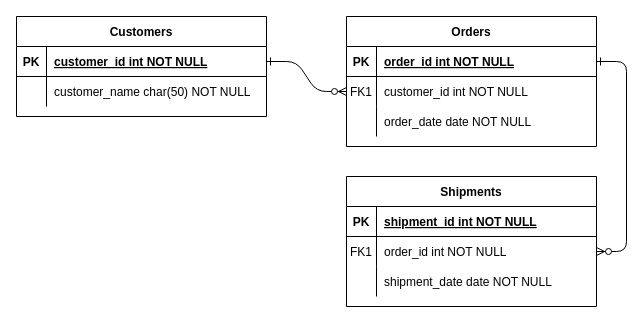
This is Diagrama sin título.drawio from Anttonoff/crias-evaluation, a draw.io file, before an edit. Source tidied: cells renumbered, new cells numbered last; positions are measured from the earlier drawing's top-left corner, leaving out a move shared by most shapes. Both pictures are drawn from the tidied source at 100%, with x=0, y=0 at pixel (16, 16).
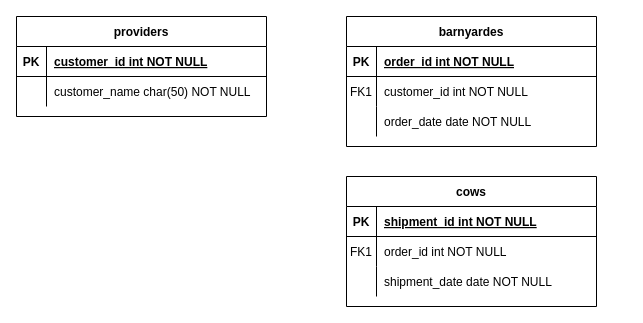
Above is the later version.

The change refers to these unchanged cells:
```xml
<mxCell id="5" style="shape=partialRectangle;fillColor=none;points=[[0,0.5],[1,0.5]];portConstraint=eastwest;top=0;left=0;right=0;bottom=1;" parent="4" vertex="1">
  <mxGeometry y="30" width="250" height="30" as="geometry" />
</mxCell>
<mxCell id="8" style="shape=partialRectangle;fillColor=none;points=[[0,0.5],[1,0.5]];portConstraint=eastwest;top=0;left=0;right=0;bottom=0;" parent="4" vertex="1">
  <mxGeometry y="60" width="250" height="30" as="geometry" />
</mxCell>
<mxCell id="18" style="shape=partialRectangle;fillColor=none;points=[[0,0.5],[1,0.5]];portConstraint=eastwest;top=0;left=0;right=0;bottom=0;" parent="14" vertex="1">
  <mxGeometry y="60" width="250" height="30" as="geometry" />
</mxCell>
<mxCell id="25" style="shape=partialRectangle;fillColor=none;points=[[0,0.5],[1,0.5]];portConstraint=eastwest;top=0;left=0;right=0;bottom=1;" parent="24" vertex="1">
  <mxGeometry y="30" width="250" height="30" as="geometry" />
</mxCell>
```

The edit, as a diff of the source:
```diff
@@
-    <mxCell id="2" style="edgeStyle=entityRelationEdgeStyle;endArrow=ERzeroToMany;startArrow=ERone;endFill=1;startFill=0;" parent="1" edge="1" source="25" target="8">
-      <mxGeometry relative="1" as="geometry" />
-    </mxCell>
-    <mxCell id="3" style="edgeStyle=entityRelationEdgeStyle;endArrow=ERzeroToMany;startArrow=ERone;endFill=1;startFill=0;" parent="1" edge="1" source="5" target="18">
-      <mxGeometry relative="1" as="geometry" />
-    </mxCell>
-    <mxCell id="4" value="Orders" style="shape=table;startSize=30;childLayout=tableLayout;rowLines=0;fontStyle=1;align=center;" parent="1" vertex="1">
+    <mxCell id="4" value="barnyardes" style="shape=table;startSize=30;childLayout=tableLayout;rowLines=0;fontStyle=1;align=center;" parent="1" vertex="1">
       <mxGeometry x="330" width="250" height="130" as="geometry" />
     </mxCell>
@@
-    <mxCell id="14" value="Shipments" style="shape=table;startSize=30;childLayout=tableLayout;rowLines=0;fontStyle=1;align=center;" parent="1" vertex="1">
+    <mxCell id="14" value="cows" style="shape=table;startSize=30;childLayout=tableLayout;rowLines=0;fontStyle=1;align=center;" parent="1" vertex="1">
       <mxGeometry x="330" y="160" width="250" height="130" as="geometry" />
     </mxCell>
@@
-    <mxCell id="24" value="Customers" style="shape=table;startSize=30;childLayout=tableLayout;rowLines=0;fontStyle=1;align=center;" parent="1" vertex="1">
+    <mxCell id="24" value="providers" style="shape=table;startSize=30;childLayout=tableLayout;rowLines=0;fontStyle=1;align=center;" parent="1" vertex="1">
       <mxGeometry width="250" height="100" as="geometry" />
     </mxCell>
```
